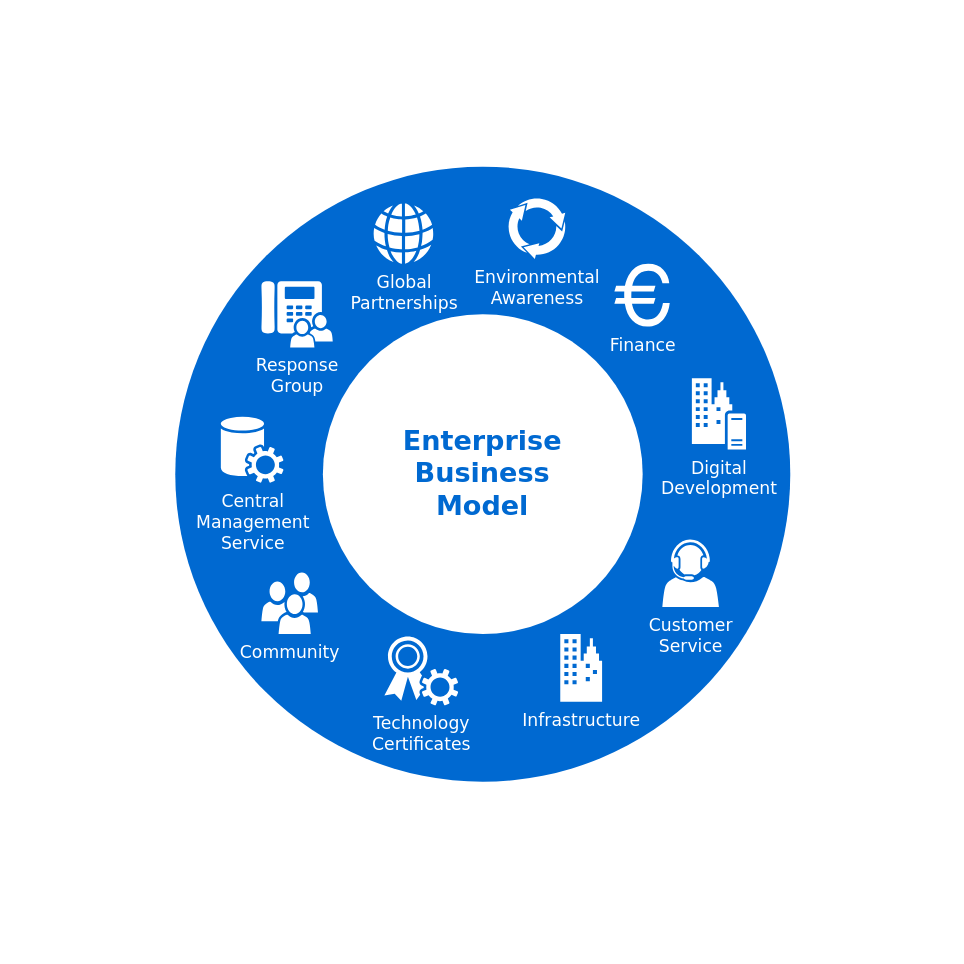
This is graph/直播互动核心技术.drawio from 63isOK/conference_graph, a draw.io file, before an edit. Source tidied: cells renumbered, new cells numbered last; positions are measured from the earlier drawing's top-left corner, leaving out a move shared by most shapes. Both pictures are drawn from the tidied source at 123%, with x=0, y=0 at pixel (175, 166).
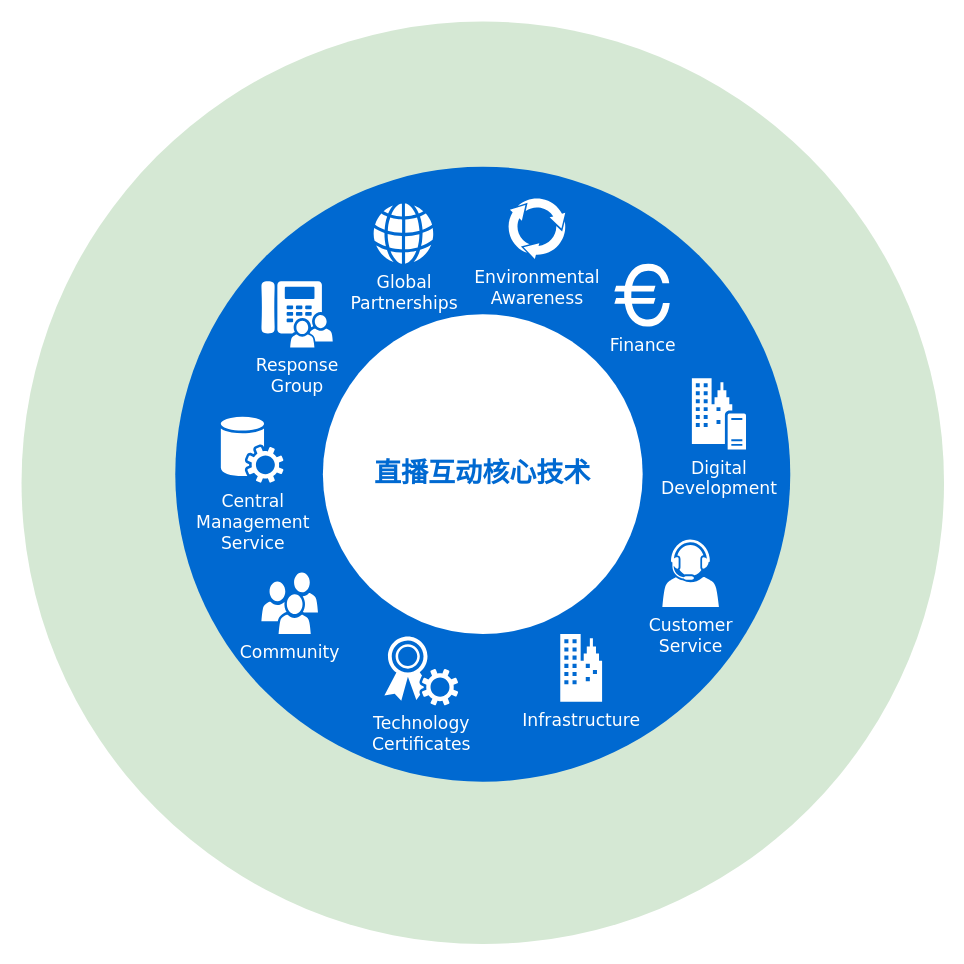
After the change.

Commit message:
更新直播互动核心技术.drawio

Change to the diagram source:
```diff
@@
 <mxGraphModel background="#ffffff">
   <root>
     <mxCell id="0" />
     <mxCell id="1" parent="0" />
+    <mxCell id="14" style="ellipse;whiteSpace=wrap;html=1;rounded=0;shadow=0;comic=0;strokeWidth=1;fontFamily=Verdana;fontSize=14;strokeColor=none;fillColor=#D5E8D4;" parent="1" vertex="1">
+      <mxGeometry x="-125" y="-118" width="750" height="750" as="geometry" />
+    </mxCell>
     <mxCell id="2" style="ellipse;whiteSpace=wrap;html=1;rounded=0;shadow=0;comic=0;strokeWidth=1;fontFamily=Verdana;fontSize=14;strokeColor=none;fillColor=#0069D1;" parent="1" vertex="1">
       <mxGeometry width="500" height="500" as="geometry" />
     </mxCell>
-    <mxCell id="3" value="Enterprise&lt;div&gt;Business&lt;/div&gt;&lt;div&gt;Model&lt;/div&gt;" style="ellipse;whiteSpace=wrap;html=1;rounded=0;shadow=0;comic=0;strokeWidth=1;fontFamily=Verdana;fontSize=22;strokeColor=none;fillColor=#ffffff;fontColor=#0069D1;fontStyle=1;" parent="1" vertex="1">
+    <mxCell id="3" value="直播互动核心技术" style="ellipse;whiteSpace=wrap;html=1;rounded=0;shadow=0;comic=0;strokeWidth=1;fontFamily=Verdana;fontSize=22;strokeColor=none;fillColor=#ffffff;fontColor=#0069D1;fontStyle=1;" parent="1" vertex="1">
       <mxGeometry x="120" y="120" width="260" height="260" as="geometry" />
     </mxCell>
     <mxCell id="4" value="Community" style="shadow=0;dashed=0;html=1;strokeColor=none;fillColor=#ffffff;labelPosition=center;verticalLabelPosition=bottom;verticalAlign=top;shape=mxgraph.office.users.users;rounded=0;comic=0;fontFamily=Verdana;fontSize=14;fontColor=#FFFFFF;" parent="1" vertex="1">
       <mxGeometry x="70" y="330" width="46" height="50" as="geometry" />
     </mxCell>
     <mxCell id="5" value="Customer&lt;div&gt;Service&lt;/div&gt;" style="shadow=0;dashed=0;html=1;strokeColor=none;fillColor=#ffffff;labelPosition=center;verticalLabelPosition=bottom;verticalAlign=top;shape=mxgraph.office.users.call_center_agent;rounded=0;comic=0;fontFamily=Verdana;fontSize=14;fontColor=#FFFFFF;" parent="1" vertex="1">
       <mxGeometry x="396" y="303" width="46" height="55" as="geometry" />
     </mxCell>
     <mxCell id="6" value="Response&lt;div&gt;Group&lt;/div&gt;" style="shadow=0;dashed=0;html=1;strokeColor=none;fillColor=#ffffff;labelPosition=center;verticalLabelPosition=bottom;verticalAlign=top;shape=mxgraph.office.users.response_group;rounded=0;comic=0;fontFamily=Verdana;fontSize=14;fontColor=#FFFFFF;" parent="1" vertex="1">
       <mxGeometry x="70" y="93" width="58" height="54" as="geometry" />
     </mxCell>
     <mxCell id="7" value="Central&lt;div&gt;Management&lt;/div&gt;&lt;div&gt;Service&lt;/div&gt;" style="shadow=0;dashed=0;html=1;strokeColor=none;fillColor=#ffffff;labelPosition=center;verticalLabelPosition=bottom;verticalAlign=top;shape=mxgraph.office.services.central_management_service;rounded=0;comic=0;fontFamily=Verdana;fontSize=14;fontColor=#FFFFFF;" parent="1" vertex="1">
       <mxGeometry x="37" y="203" width="51" height="54" as="geometry" />
     </mxCell>
     <mxCell id="8" value="Digital&lt;div&gt;Development&lt;/div&gt;" style="shadow=0;dashed=0;html=1;strokeColor=none;fillColor=#ffffff;labelPosition=center;verticalLabelPosition=bottom;verticalAlign=top;shape=mxgraph.office.servers.on_premises_server;rounded=0;comic=0;fontFamily=Verdana;fontSize=14;fontColor=#FFFFFF;" parent="1" vertex="1">
       <mxGeometry x="420" y="172" width="44" height="58" as="geometry" />
     </mxCell>
     <mxCell id="9" value="Technology&lt;div&gt;Certificates&lt;/div&gt;" style="shadow=0;dashed=0;html=1;strokeColor=none;fillColor=#ffffff;labelPosition=center;verticalLabelPosition=bottom;verticalAlign=top;shape=mxgraph.office.security.token_service;rounded=0;comic=0;fontFamily=Verdana;fontSize=14;fontColor=#FFFFFF;" parent="1" vertex="1">
       <mxGeometry x="170" y="382" width="60" height="56" as="geometry" />
     </mxCell>
     <mxCell id="10" value="Infrastructure" style="shadow=0;dashed=0;html=1;strokeColor=none;fillColor=#ffffff;labelPosition=center;verticalLabelPosition=bottom;verticalAlign=top;shape=mxgraph.office.concepts.on_premises;rounded=0;comic=0;fontFamily=Verdana;fontSize=14;fontColor=#FFFFFF;" parent="1" vertex="1">
       <mxGeometry x="313" y="380" width="34" height="55" as="geometry" />
     </mxCell>
     <mxCell id="11" value="Global&lt;div&gt;Partnerships&lt;/div&gt;" style="shadow=0;dashed=0;html=1;strokeColor=none;fillColor=#ffffff;labelPosition=center;verticalLabelPosition=bottom;verticalAlign=top;shape=mxgraph.office.concepts.globe_internet;rounded=0;comic=0;fontFamily=Verdana;fontSize=14;fontColor=#FFFFFF;" parent="1" vertex="1">
       <mxGeometry x="161" y="30" width="49" height="49" as="geometry" />
     </mxCell>
     <mxCell id="12" value="Environmental&lt;div&gt;Awareness&lt;/div&gt;" style="shadow=0;dashed=0;html=1;strokeColor=none;shape=mxgraph.mscae.general.continuous_cycle;fillColor=#ffffff;rounded=0;comic=0;fontFamily=Verdana;fontSize=14;fontColor=#FFFFFF;verticalAlign=top;labelPosition=center;verticalLabelPosition=bottom;align=center;" parent="1" vertex="1">
       <mxGeometry x="270" y="25" width="48" height="50" as="geometry" />
     </mxCell>
     <mxCell id="13" value="Finance" style="shape=mxgraph.signs.travel.euro;html=1;fillColor=#ffffff;strokeColor=none;verticalLabelPosition=bottom;verticalAlign=top;align=center;rounded=0;shadow=0;dashed=0;comic=0;fontFamily=Verdana;fontSize=14;fontColor=#FFFFFF;" parent="1" vertex="1">
       <mxGeometry x="357" y="79" width="45" height="51" as="geometry" />
     </mxCell>
   </root>
 </mxGraphModel>
```
